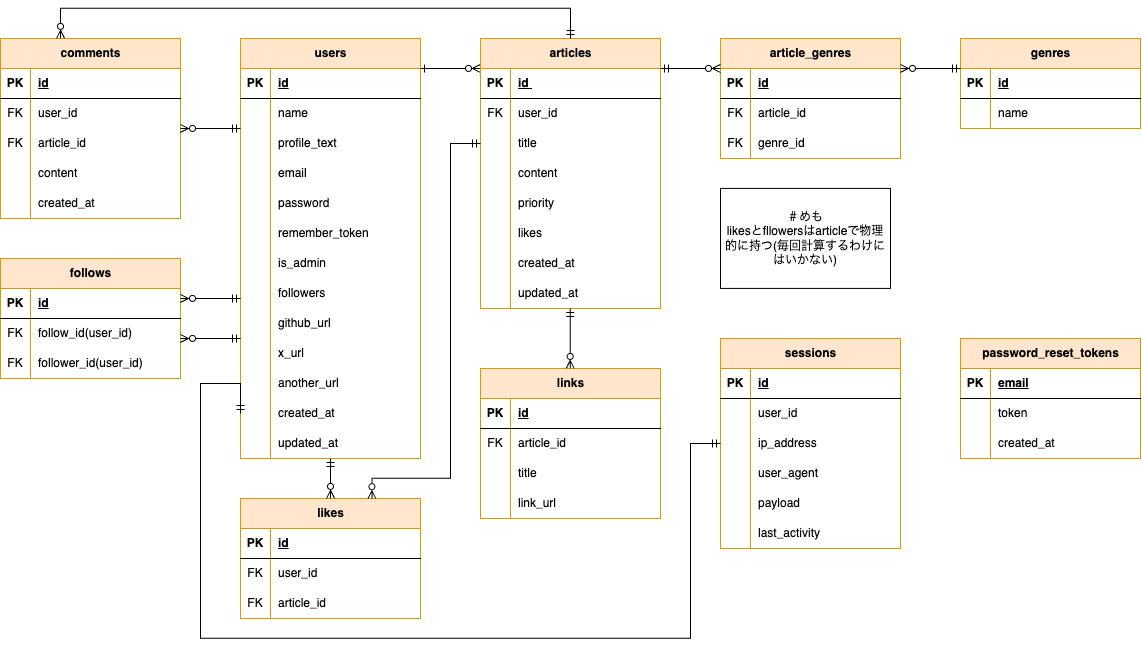
The draw.io diagram docs/img/Links.drawio.png in hakusonmin/Links, before a commit. Source tidied: cells renumbered, new cells last; positions are measured from the earlier drawing's top-left corner, leaving out a move shared by most shapes.
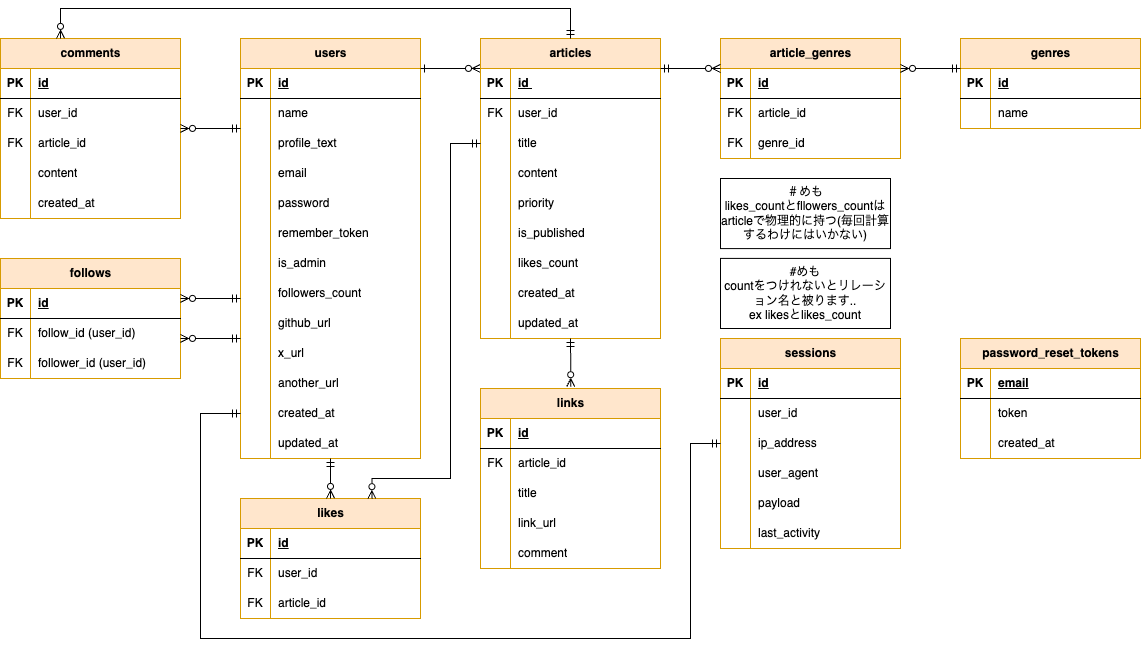
After the commit.

What changed in the source:
```diff
@@ -3,7 +3,7 @@
     <mxCell id="0" />
     <mxCell id="1" parent="0" />
     <mxCell id="2" value="users" style="shape=table;startSize=30;rowLines=0;fontStyle=1;align=center;html=1;fillColor=#ffe6cc;strokeColor=#d79b00;" parent="1" vertex="1">
-      <mxGeometry x="240" y="29.9" width="180" height="420.1" as="geometry" />
+      <mxGeometry x="240" y="29.9" width="180" height="420.2" as="geometry" />
     </mxCell>
     <mxCell id="3" style="shape=tableRow;horizontal=0;startSize=0;swimlaneHead=0;swimlaneBody=0;fillColor=none;top=0;left=0;right=0;bottom=1;" parent="2" vertex="1">
       <mxGeometry y="30" width="180" height="30" as="geometry" />
@@ -74,7 +74,7 @@
     <mxCell id="25" style="shape=partialRectangle;fillColor=none;top=0;left=0;bottom=0;right=0;overflow=hidden;whiteSpace=wrap;html=1;" parent="24" vertex="1">
       <mxGeometry width="30" height="30" as="geometry" />
     </mxCell>
-    <mxCell id="26" value="followers" style="shape=partialRectangle;fillColor=none;top=0;left=0;bottom=0;right=0;align=left;spacingLeft=6;overflow=hidden;whiteSpace=wrap;html=1;" parent="24" vertex="1">
+    <mxCell id="26" value="followers_count" style="shape=partialRectangle;fillColor=none;top=0;left=0;bottom=0;right=0;align=left;spacingLeft=6;overflow=hidden;whiteSpace=wrap;html=1;" parent="24" vertex="1">
       <mxGeometry x="30" width="150" height="30" as="geometry" />
     </mxCell>
     <mxCell id="27" style="shape=tableRow;horizontal=0;startSize=0;swimlaneHead=0;swimlaneBody=0;fillColor=none;top=0;left=0;right=0;bottom=0;" parent="2" vertex="1">
@@ -159,7 +159,7 @@
       </mxGeometry>
     </mxCell>
     <mxCell id="53" value="articles" style="shape=table;startSize=30;rowLines=0;fontStyle=1;align=center;html=1;fillColor=#ffe6cc;strokeColor=#d79b00;" parent="1" vertex="1">
-      <mxGeometry x="480" y="29.9" width="180" height="270" as="geometry" />
+      <mxGeometry x="480" y="29.9" width="180" height="300" as="geometry" />
     </mxCell>
     <mxCell id="54" style="shape=tableRow;horizontal=0;startSize=0;swimlaneHead=0;swimlaneBody=0;fillColor=none;top=0;left=0;right=0;bottom=1;" parent="53" vertex="1">
       <mxGeometry y="30" width="180" height="30" as="geometry" />
@@ -206,17 +206,26 @@
     <mxCell id="68" value="priority" style="shape=partialRectangle;fillColor=none;top=0;left=0;bottom=0;right=0;align=left;spacingLeft=6;overflow=hidden;whiteSpace=wrap;html=1;" parent="66" vertex="1">
       <mxGeometry x="30" width="150" height="30" as="geometry" />
     </mxCell>
+    <mxCell id="174" style="shape=tableRow;horizontal=0;startSize=0;swimlaneHead=0;swimlaneBody=0;fillColor=none;top=0;left=0;right=0;bottom=0;" parent="53" vertex="1">
+      <mxGeometry y="180" width="180" height="30" as="geometry" />
+    </mxCell>
+    <mxCell id="175" style="shape=partialRectangle;fillColor=none;top=0;left=0;bottom=0;right=0;overflow=hidden;whiteSpace=wrap;html=1;" parent="174" vertex="1">
+      <mxGeometry width="30" height="30" as="geometry" />
+    </mxCell>
+    <mxCell id="176" value="is_published" style="shape=partialRectangle;fillColor=none;top=0;left=0;bottom=0;right=0;align=left;spacingLeft=6;overflow=hidden;whiteSpace=wrap;html=1;" parent="174" vertex="1">
+      <mxGeometry x="30" width="150" height="30" as="geometry" />
+    </mxCell>
     <mxCell id="69" style="shape=tableRow;horizontal=0;startSize=0;swimlaneHead=0;swimlaneBody=0;fillColor=none;top=0;left=0;right=0;bottom=0;" parent="53" vertex="1">
-      <mxGeometry y="180" width="180" height="30" as="geometry" />
+      <mxGeometry y="210" width="180" height="30" as="geometry" />
     </mxCell>
     <mxCell id="70" style="shape=partialRectangle;fillColor=none;top=0;left=0;bottom=0;right=0;overflow=hidden;whiteSpace=wrap;html=1;" parent="69" vertex="1">
       <mxGeometry width="30" height="30" as="geometry" />
     </mxCell>
-    <mxCell id="71" value="likes" style="shape=partialRectangle;fillColor=none;top=0;left=0;bottom=0;right=0;align=left;spacingLeft=6;overflow=hidden;whiteSpace=wrap;html=1;" parent="69" vertex="1">
+    <mxCell id="71" value="likes_count" style="shape=partialRectangle;fillColor=none;top=0;left=0;bottom=0;right=0;align=left;spacingLeft=6;overflow=hidden;whiteSpace=wrap;html=1;" parent="69" vertex="1">
       <mxGeometry x="30" width="150" height="30" as="geometry" />
     </mxCell>
     <mxCell id="72" style="shape=tableRow;horizontal=0;startSize=0;swimlaneHead=0;swimlaneBody=0;fillColor=none;top=0;left=0;right=0;bottom=0;" parent="53" vertex="1">
-      <mxGeometry y="210" width="180" height="30" as="geometry" />
+      <mxGeometry y="240" width="180" height="30" as="geometry" />
     </mxCell>
     <mxCell id="73" style="shape=partialRectangle;fillColor=none;top=0;left=0;bottom=0;right=0;overflow=hidden;whiteSpace=wrap;html=1;" parent="72" vertex="1">
       <mxGeometry width="30" height="30" as="geometry" />
@@ -225,7 +234,7 @@
       <mxGeometry x="30" width="150" height="30" as="geometry" />
     </mxCell>
     <mxCell id="75" style="shape=tableRow;horizontal=0;startSize=0;swimlaneHead=0;swimlaneBody=0;fillColor=none;top=0;left=0;right=0;bottom=0;" parent="53" vertex="1">
-      <mxGeometry y="240" width="180" height="30" as="geometry" />
+      <mxGeometry y="270" width="180" height="30" as="geometry" />
     </mxCell>
     <mxCell id="76" style="shape=partialRectangle;fillColor=none;top=0;left=0;bottom=0;right=0;overflow=hidden;whiteSpace=wrap;html=1;" parent="75" vertex="1">
       <mxGeometry width="30" height="30" as="geometry" />
@@ -267,7 +276,7 @@
       </mxGeometry>
     </mxCell>
     <mxCell id="87" value="links" style="shape=table;startSize=30;rowLines=0;fontStyle=1;align=center;html=1;fillColor=#ffe6cc;strokeColor=#d79b00;" parent="1" vertex="1">
-      <mxGeometry x="480" y="359.9" width="180" height="150" as="geometry" />
+      <mxGeometry x="480" y="380" width="180" height="180" as="geometry" />
     </mxCell>
     <mxCell id="88" style="shape=tableRow;horizontal=0;startSize=0;swimlaneHead=0;swimlaneBody=0;fillColor=none;top=0;left=0;right=0;bottom=1;" parent="87" vertex="1">
       <mxGeometry y="30" width="180" height="30" as="geometry" />
@@ -302,13 +311,25 @@
     <mxCell id="98" style="shape=partialRectangle;fillColor=none;top=0;left=0;bottom=0;right=0;overflow=hidden;whiteSpace=wrap;html=1;" parent="97" vertex="1">
       <mxGeometry width="30" height="30" as="geometry" />
     </mxCell>
-    <mxCell id="99" value="link_url" style="shape=partialRectangle;fillColor=none;top=0;left=0;bottom=0;right=0;align=left;spacingLeft=6;overflow=hidden;whiteSpace=wrap;html=1;" parent="97" vertex="1">
+    <mxCell id="99" value="&lt;div&gt;&lt;span style=&quot;background-color: transparent; color: light-dark(rgb(0, 0, 0), rgb(255, 255, 255));&quot;&gt;link_url&lt;/span&gt;&lt;/div&gt;" style="shape=partialRectangle;fillColor=none;top=0;left=0;bottom=0;right=0;align=left;spacingLeft=6;overflow=hidden;whiteSpace=wrap;html=1;" parent="97" vertex="1">
       <mxGeometry x="30" width="150" height="30" as="geometry" />
     </mxCell>
+    <mxCell id="177" style="shape=tableRow;horizontal=0;startSize=0;swimlaneHead=0;swimlaneBody=0;fillColor=none;top=0;left=0;right=0;bottom=0;" parent="87" vertex="1">
+      <mxGeometry y="150" width="180" height="30" as="geometry" />
+    </mxCell>
+    <mxCell id="178" style="shape=partialRectangle;fillColor=none;top=0;left=0;bottom=0;right=0;overflow=hidden;whiteSpace=wrap;html=1;" parent="177" vertex="1">
+      <mxGeometry width="30" height="30" as="geometry" />
+    </mxCell>
+    <mxCell id="179" value="comment" style="shape=partialRectangle;fillColor=none;top=0;left=0;bottom=0;right=0;align=left;spacingLeft=6;overflow=hidden;whiteSpace=wrap;html=1;" parent="177" vertex="1">
+      <mxGeometry x="30" width="150" height="30" as="geometry" />
+    </mxCell>
-    <mxCell id="100" style="fontSize=12;html=1;endArrow=ERmandOne;startArrow=ERzeroToMany;rounded=0;startFill=0;endFill=0;strokeWidth=1;edgeStyle=orthogonalEdgeStyle;" parent="1" edge="1">
+    <mxCell id="100" style="fontSize=12;html=1;endArrow=ERmandOne;startArrow=ERzeroToMany;rounded=0;startFill=0;endFill=0;strokeWidth=1;edgeStyle=orthogonalEdgeStyle;exitX=0.501;exitY=-0.01;exitDx=0;exitDy=0;exitPerimeter=0;" parent="1" edge="1" source="87">
       <mxGeometry relative="1" as="geometry">
-        <mxPoint x="569.7" y="359.9" as="sourcePoint" />
-        <mxPoint x="569.7" y="299.9" as="targetPoint" />
+        <mxPoint x="570" y="330" as="targetPoint" />
+        <Array as="points">
+          <mxPoint x="570" y="350" />
+          <mxPoint x="570" y="350" />
+        </Array>
       </mxGeometry>
     </mxCell>
     <mxCell id="101" value="comments" style="shape=table;startSize=30;rowLines=0;fontStyle=1;align=center;html=1;fillColor=#ffe6cc;strokeColor=#d79b00;" parent="1" vertex="1">
@@ -389,8 +410,8 @@
     <mxCell id="126" value="article_id" style="shape=partialRectangle;fillColor=none;top=0;left=0;bottom=0;right=0;align=left;spacingLeft=6;overflow=hidden;whiteSpace=wrap;html=1;" parent="124" vertex="1">
       <mxGeometry x="30" width="150" height="30" as="geometry" />
     </mxCell>
-    <mxCell id="127" value="＃めも&lt;br&gt;likesとfllowersはarticleで物理的に持つ(毎回計算するわけにはいかない)" style="rounded=0;whiteSpace=wrap;html=1;" parent="1" vertex="1">
-      <mxGeometry x="720" y="179.9" width="170" height="100" as="geometry" />
+    <mxCell id="127" value="＃めも&lt;br&gt;likes_countとfllowers_countはarticleで物理的に持つ(毎回計算するわけにはいかない)" style="rounded=0;whiteSpace=wrap;html=1;" parent="1" vertex="1">
+      <mxGeometry x="720" y="170" width="170" height="70.1" as="geometry" />
     </mxCell>
     <mxCell id="128" style="fontSize=12;html=1;endArrow=ERmandOne;startArrow=ERzeroToMany;rounded=0;startFill=0;endFill=0;strokeWidth=1;edgeStyle=orthogonalEdgeStyle;exitX=0.73;exitY=0.002;exitDx=0;exitDy=0;exitPerimeter=0;elbow=vertical;entryX=0;entryY=0.5;entryDx=0;entryDy=0;" parent="1" edge="1" source="117">
       <mxGeometry relative="1" as="geometry">
@@ -467,11 +488,10 @@
     <mxCell id="149" style="fontSize=12;html=1;endArrow=ERmandOne;startArrow=ERmandOne;rounded=0;startFill=0;endFill=0;strokeWidth=1;edgeStyle=orthogonalEdgeStyle;entryX=0;entryY=0.5;entryDx=0;entryDy=0;exitX=0;exitY=0.5;exitDx=0;exitDy=0;" parent="1" edge="1" source="36" target="137">
       <mxGeometry relative="1" as="geometry">
         <Array as="points">
-          <mxPoint x="240" y="374.9" />
-          <mxPoint x="200" y="374.9" />
-          <mxPoint x="200" y="629.9" />
-          <mxPoint x="690" y="629.9" />
-          <mxPoint x="690" y="434.9" />
+          <mxPoint x="200" y="405" />
+          <mxPoint x="200" y="630" />
+          <mxPoint x="690" y="630" />
+          <mxPoint x="690" y="435" />
         </Array>
       </mxGeometry>
     </mxCell>
@@ -539,7 +559,7 @@
     <mxCell id="167" value="FK" style="shape=partialRectangle;fillColor=none;top=0;left=0;bottom=0;right=0;overflow=hidden;whiteSpace=wrap;html=1;" parent="166" vertex="1">
       <mxGeometry width="30" height="30" as="geometry" />
     </mxCell>
-    <mxCell id="168" value="follow_id(user_id)" style="shape=partialRectangle;fillColor=none;top=0;left=0;bottom=0;right=0;align=left;spacingLeft=6;overflow=hidden;whiteSpace=wrap;html=1;" parent="166" vertex="1">
+    <mxCell id="168" value="follow_id (user_id)" style="shape=partialRectangle;fillColor=none;top=0;left=0;bottom=0;right=0;align=left;spacingLeft=6;overflow=hidden;whiteSpace=wrap;html=1;" parent="166" vertex="1">
       <mxGeometry x="30" width="150" height="30" as="geometry" />
     </mxCell>
     <mxCell id="169" style="shape=tableRow;horizontal=0;startSize=0;swimlaneHead=0;swimlaneBody=0;fillColor=none;top=0;left=0;right=0;bottom=0;" parent="162" vertex="1">
@@ -548,7 +568,7 @@
     <mxCell id="170" value="FK" style="shape=partialRectangle;fillColor=none;top=0;left=0;bottom=0;right=0;overflow=hidden;whiteSpace=wrap;html=1;" parent="169" vertex="1">
       <mxGeometry width="30" height="30" as="geometry" />
     </mxCell>
-    <mxCell id="171" value="follower_id(user_id)" style="shape=partialRectangle;fillColor=none;top=0;left=0;bottom=0;right=0;align=left;spacingLeft=6;overflow=hidden;whiteSpace=wrap;html=1;" parent="169" vertex="1">
+    <mxCell id="171" value="follower_id (user_id)" style="shape=partialRectangle;fillColor=none;top=0;left=0;bottom=0;right=0;align=left;spacingLeft=6;overflow=hidden;whiteSpace=wrap;html=1;" parent="169" vertex="1">
       <mxGeometry x="30" width="150" height="30" as="geometry" />
     </mxCell>
     <mxCell id="172" style="fontSize=12;html=1;endArrow=ERzeroToMany;startArrow=ERmandOne;rounded=0;startFill=0;endFill=0;strokeWidth=1;edgeStyle=orthogonalEdgeStyle;" parent="1" edge="1">
@@ -563,5 +583,8 @@
         <mxPoint x="180" y="329.9" as="targetPoint" />
       </mxGeometry>
     </mxCell>
+    <mxCell id="180" value="#めも&lt;br&gt;countをつけれないとリレーション名と被ります..&lt;br&gt;ex likesとlikes_count" style="rounded=0;whiteSpace=wrap;html=1;" parent="1" vertex="1">
+      <mxGeometry x="720" y="249.9" width="170" height="70.1" as="geometry" />
+    </mxCell>
   </root>
 </mxGraphModel>
```
